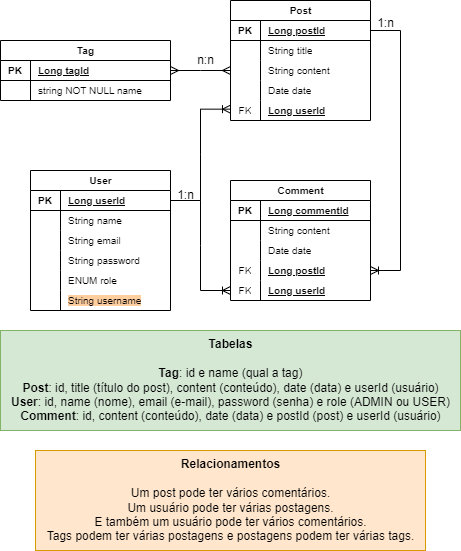
The draw.io diagram Frameblog-v1.drawio.png in FaculdadeDescomplica/Framework, before a commit. Source tidied: cells renumbered, new cells last; positions are measured from the earlier drawing's top-left corner, leaving out a move shared by most shapes.
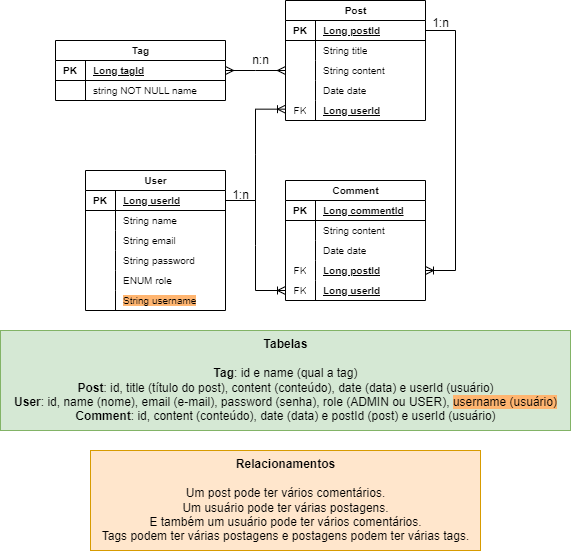
The same diagram one commit later.

Commit message:
Módulo 4 - Atualização do diagrama ER

Change to the diagram source:
```diff
@@ -56,7 +56,7 @@
     <mxCell id="19" style="shape=partialRectangle;fillColor=none;top=0;left=0;bottom=0;right=0;overflow=hidden;whiteSpace=wrap;html=1;fontSize=10;spacing=2;strokeWidth=1;shadow=0;labelBackgroundColor=none;spacingBottom=0;spacingTop=0;verticalAlign=middle;horizontal=1;" parent="18" vertex="1">
       <mxGeometry width="30" height="20" as="geometry" />
     </mxCell>
-    <mxCell id="20" value="&lt;span style=&quot;background-color: rgb(255, 206, 159);&quot;&gt;String username&lt;/span&gt;" style="shape=partialRectangle;fillColor=none;top=0;left=0;bottom=0;right=0;align=left;spacingLeft=6;overflow=hidden;whiteSpace=wrap;html=1;fontSize=10;spacing=2;strokeWidth=1;shadow=0;labelBackgroundColor=none;spacingBottom=0;spacingTop=0;verticalAlign=middle;horizontal=1;" parent="18" vertex="1">
+    <mxCell id="20" value="&lt;span style=&quot;background-color: rgb(255, 181, 112);&quot;&gt;String username&lt;/span&gt;" style="shape=partialRectangle;fillColor=none;top=0;left=0;bottom=0;right=0;align=left;spacingLeft=6;overflow=hidden;whiteSpace=wrap;html=1;fontSize=10;spacing=2;strokeWidth=1;shadow=0;labelBackgroundColor=none;spacingBottom=0;spacingTop=0;verticalAlign=middle;horizontal=1;" parent="18" vertex="1">
       <mxGeometry x="30" width="110" height="20" as="geometry" />
     </mxCell>
     <mxCell id="21" value="Post" style="shape=table;startSize=20;rowLines=0;fontStyle=1;align=center;html=1;fontSize=10;spacing=2;strokeWidth=1;shadow=0;labelBackgroundColor=none;spacingBottom=0;spacingTop=0;verticalAlign=middle;horizontal=1;" parent="1" vertex="1">
@@ -188,8 +188,8 @@
     <mxCell id="63" value="string NOT NULL name" style="shape=partialRectangle;fillColor=none;top=0;left=0;bottom=0;right=0;align=left;spacingLeft=6;overflow=hidden;whiteSpace=wrap;html=1;fontSize=10;spacing=2;strokeWidth=1;shadow=0;labelBackgroundColor=none;spacingBottom=0;spacingTop=0;verticalAlign=middle;horizontal=1;" parent="61" vertex="1">
       <mxGeometry x="30" width="140" height="20" as="geometry" />
     </mxCell>
-    <mxCell id="64" value="&lt;b&gt;&lt;font style=&quot;font-size: 12px;&quot;&gt;Tabelas&lt;/font&gt;&lt;/b&gt;&lt;div style=&quot;&quot;&gt;&lt;b&gt;&lt;font style=&quot;font-size: 12px;&quot;&gt;&lt;br&gt;&lt;/font&gt;&lt;/b&gt;&lt;div style=&quot;&quot;&gt;&lt;font style=&quot;font-size: 12px;&quot;&gt;&lt;b&gt;Tag&lt;/b&gt;: id e name (qual a tag)&lt;/font&gt;&lt;/div&gt;&lt;div style=&quot;&quot;&gt;&lt;font style=&quot;font-size: 12px;&quot;&gt;&lt;b&gt;Post&lt;/b&gt;: id, title (título do post), content (conteúdo), date (data) e userId (usuário)&lt;/font&gt;&lt;/div&gt;&lt;div style=&quot;&quot;&gt;&lt;font style=&quot;font-size: 12px;&quot;&gt;&lt;b&gt;User&lt;/b&gt;: id, name (nome), email (e-mail), password (senha) e role (ADMIN ou USER)&lt;/font&gt;&lt;/div&gt;&lt;div style=&quot;&quot;&gt;&lt;font style=&quot;font-size: 12px;&quot;&gt;&lt;b style=&quot;&quot;&gt;Comment&lt;/b&gt;: id, content (conteúdo), date (data) e postId (post) e userId (usuário)&lt;/font&gt;&lt;/div&gt;&lt;/div&gt;" style="text;html=1;align=center;verticalAlign=middle;strokeColor=#82b366;fillColor=#d5e8d4;" parent="1" vertex="1">
-      <mxGeometry y="330" width="460" height="100" as="geometry" />
+    <mxCell id="64" value="&lt;b&gt;&lt;font style=&quot;font-size: 12px;&quot;&gt;Tabelas&lt;/font&gt;&lt;/b&gt;&lt;div style=&quot;&quot;&gt;&lt;b&gt;&lt;font style=&quot;font-size: 12px;&quot;&gt;&lt;br&gt;&lt;/font&gt;&lt;/b&gt;&lt;div style=&quot;&quot;&gt;&lt;font style=&quot;font-size: 12px;&quot;&gt;&lt;b&gt;Tag&lt;/b&gt;: id e name (qual a tag)&lt;/font&gt;&lt;/div&gt;&lt;div style=&quot;&quot;&gt;&lt;font style=&quot;font-size: 12px;&quot;&gt;&lt;b&gt;Post&lt;/b&gt;: id, title (título do post), content (conteúdo), date (data) e userId (usuário)&lt;/font&gt;&lt;/div&gt;&lt;div style=&quot;&quot;&gt;&lt;font style=&quot;font-size: 12px;&quot;&gt;&lt;b&gt;User&lt;/b&gt;: id, name (nome), email (e-mail), password (senha), role (ADMIN ou USER), &lt;span style=&quot;background-color: rgb(255, 181, 112);&quot;&gt;username (usuário)&lt;/span&gt;&lt;/font&gt;&lt;/div&gt;&lt;div style=&quot;&quot;&gt;&lt;font style=&quot;font-size: 12px;&quot;&gt;&lt;b style=&quot;&quot;&gt;Comment&lt;/b&gt;: id, content (conteúdo), date (data) e postId (post) e userId (usuário)&lt;/font&gt;&lt;/div&gt;&lt;/div&gt;" style="text;html=1;align=center;verticalAlign=middle;strokeColor=#82b366;fillColor=#d5e8d4;" parent="1" vertex="1">
+      <mxGeometry x="-55" y="330" width="570" height="100" as="geometry" />
     </mxCell>
     <mxCell id="65" value="&lt;font style=&quot;font-size: 12px;&quot;&gt;&lt;b style=&quot;&quot;&gt;Relacionamentos&lt;/b&gt;&lt;/font&gt;&lt;div style=&quot;&quot;&gt;&lt;font style=&quot;font-size: 12px;&quot;&gt;&lt;b&gt;&lt;br&gt;&lt;/b&gt;&lt;/font&gt;&lt;div style=&quot;&quot;&gt;&lt;font style=&quot;font-size: 12px;&quot;&gt;Um post pode ter vários comentários.&lt;/font&gt;&lt;/div&gt;&lt;div style=&quot;&quot;&gt;&lt;font style=&quot;font-size: 12px;&quot;&gt;Um usuário pode ter várias postagens.&lt;br&gt;E também um usuário pode ter vários comentários.&lt;br&gt;Tags podem ter várias postagens e postagens podem ter várias tags.&lt;/font&gt;&lt;/div&gt;&lt;/div&gt;" style="text;html=1;align=center;verticalAlign=middle;strokeColor=#d79b00;fillColor=#ffe6cc;" parent="1" vertex="1">
       <mxGeometry x="35" y="450" width="390" height="100" as="geometry" />
```
